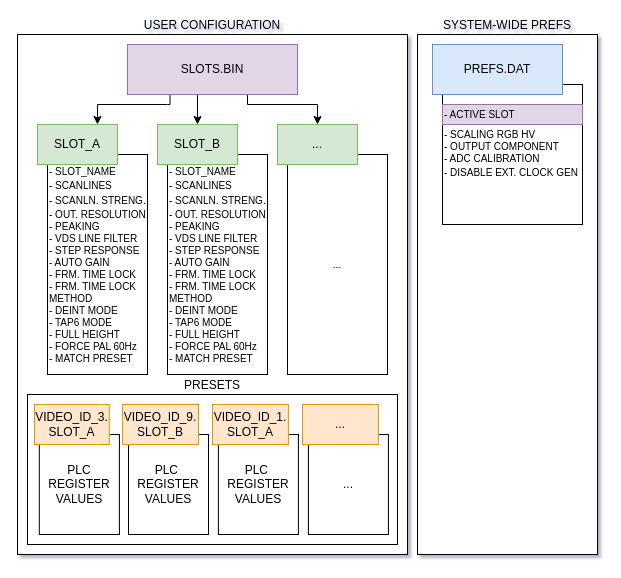
The draw.io diagram doc/img/slot-preset-prefs.drawio in ramapcsx2/gbs-control, before the edit. Source tidied: cells renumbered, new cells numbered last; positions are measured from the earlier drawing's top-left corner, leaving out a move shared by most shapes. Both pictures are drawn from the tidied source at 100%, with x=0, y=0 at pixel (17, 34).
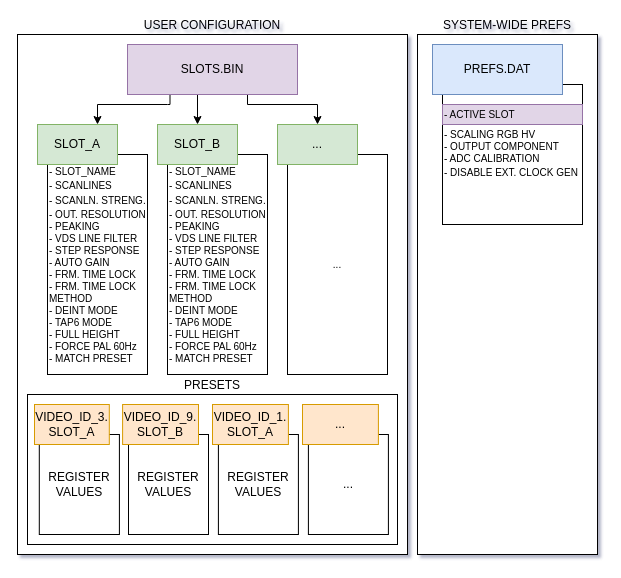
The same page after the edit.

The change refers to these unchanged cells:
```xml
<mxCell id="4" style="group;" parent="1" vertex="1">
  <mxGeometry x="10" y="360" width="370" height="150" as="geometry" />
</mxCell>
```

Change to the diagram source:
```diff
@@
-    <mxCell id="6" value="PLC REGISTER&lt;div&gt;VALUES&lt;/div&gt;" style="rounded=0;whiteSpace=wrap;html=1;" parent="4" vertex="1">
+    <mxCell id="6" value="REGISTER&lt;div&gt;VALUES&lt;/div&gt;" style="rounded=0;whiteSpace=wrap;html=1;" parent="4" vertex="1">
       <mxGeometry x="11.8" y="40" width="80.1" height="100" as="geometry" />
     </mxCell>
-    <mxCell id="7" value="&lt;div&gt;&lt;span style=&quot;background-color: initial;&quot;&gt;PLC&amp;nbsp;&lt;/span&gt;&lt;/div&gt;&lt;div&gt;&lt;span style=&quot;background-color: initial;&quot;&gt;REGISTER VALUES&lt;/span&gt;&lt;/div&gt;" style="rounded=0;whiteSpace=wrap;html=1;" parent="4" vertex="1">
+    <mxCell id="7" value="&lt;div&gt;&lt;/div&gt;&lt;div&gt;&lt;span style=&quot;background-color: initial;&quot;&gt;REGISTER VALUES&lt;/span&gt;&lt;/div&gt;" style="rounded=0;whiteSpace=wrap;html=1;" parent="4" vertex="1">
       <mxGeometry x="101" y="40" width="80" height="100" as="geometry" />
     </mxCell>
@@
-    <mxCell id="10" value="&lt;div&gt;&lt;span style=&quot;background-color: initial;&quot;&gt;PLC&amp;nbsp;&lt;/span&gt;&lt;/div&gt;&lt;div&gt;&lt;span style=&quot;background-color: initial;&quot;&gt;REGISTER VALUES&lt;/span&gt;&lt;/div&gt;" style="rounded=0;whiteSpace=wrap;html=1;" parent="4" vertex="1">
+    <mxCell id="10" value="&lt;div&gt;&lt;/div&gt;&lt;div&gt;&lt;span style=&quot;background-color: initial;&quot;&gt;REGISTER VALUES&lt;/span&gt;&lt;/div&gt;" style="rounded=0;whiteSpace=wrap;html=1;" parent="4" vertex="1">
       <mxGeometry x="190.9" y="40" width="80" height="100" as="geometry" />
     </mxCell>
```
